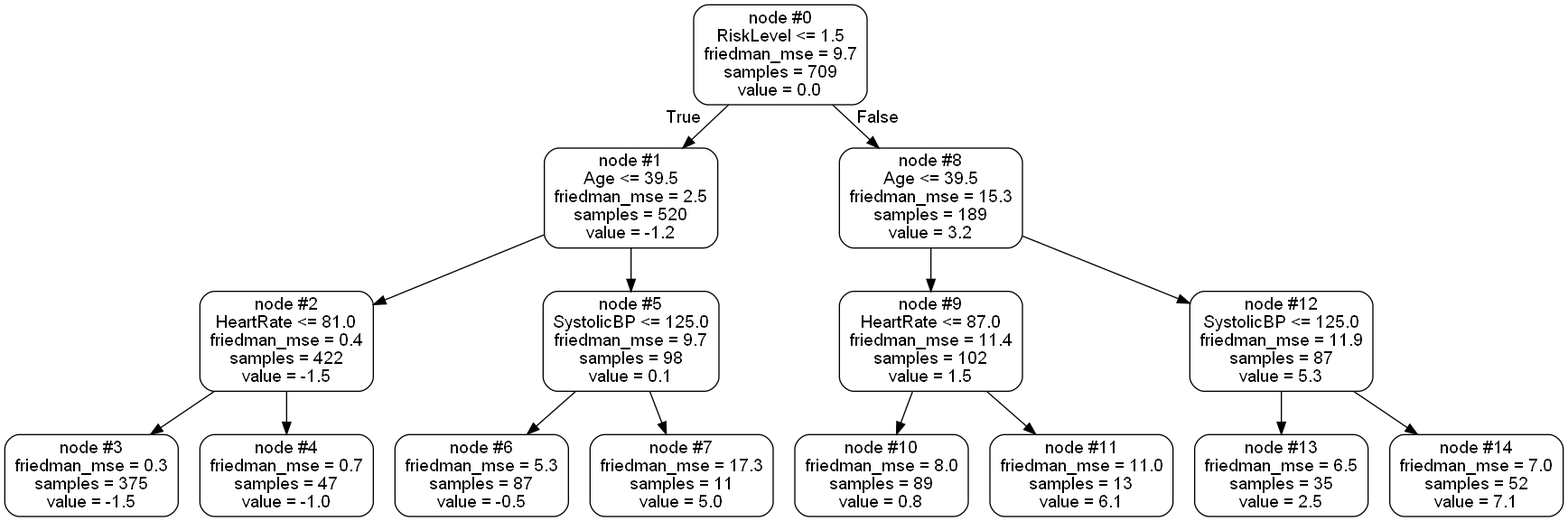
Above: pictures/small_tree.png in tangjikededela/ADSTP (Graphviz), before the change. Its source is kept beside it as pictures/small_tree.dot.
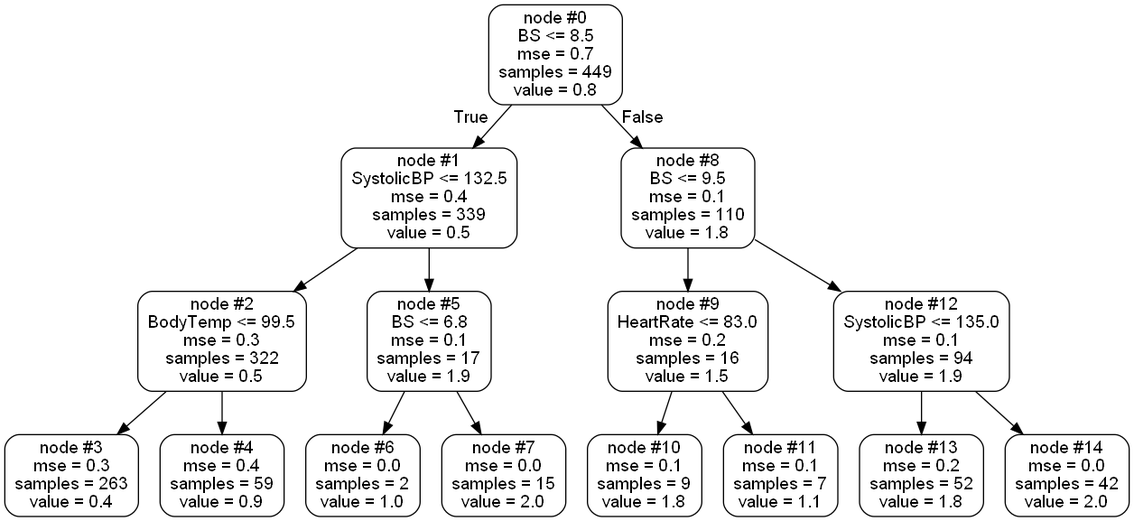
Later version of the same file.

The edit, as a diff of the source:
```diff
@@ -1,33 +1,33 @@
 digraph Tree {
 node [shape=box, style="rounded", color="black", fontname=helvetica] ;
 edge [fontname=helvetica] ;
-0 [label="node #0\nRiskLevel <= 1.5\nfriedman_mse = 9.7\nsamples = 709\nvalue = 0.0"] ;
-1 [label="node #1\nAge <= 39.5\nfriedman_mse = 2.5\nsamples = 520\nvalue = -1.2"] ;
+0 [label="node #0\nBS <= 8.5\nmse = 0.7\nsamples = 449\nvalue = 0.8"] ;
+1 [label="node #1\nSystolicBP <= 132.5\nmse = 0.4\nsamples = 339\nvalue = 0.5"] ;
 0 -> 1 [labeldistance=2.5, labelangle=45, headlabel="True"] ;
-2 [label="node #2\nHeartRate <= 81.0\nfriedman_mse = 0.4\nsamples = 422\nvalue = -1.5"] ;
+2 [label="node #2\nBodyTemp <= 99.5\nmse = 0.3\nsamples = 322\nvalue = 0.5"] ;
 1 -> 2 ;
-3 [label="node #3\nfriedman_mse = 0.3\nsamples = 375\nvalue = -1.5"] ;
+3 [label="node #3\nmse = 0.3\nsamples = 263\nvalue = 0.4"] ;
 2 -> 3 ;
-4 [label="node #4\nfriedman_mse = 0.7\nsamples = 47\nvalue = -1.0"] ;
+4 [label="node #4\nmse = 0.4\nsamples = 59\nvalue = 0.9"] ;
 2 -> 4 ;
-5 [label="node #5\nSystolicBP <= 125.0\nfriedman_mse = 9.7\nsamples = 98\nvalue = 0.1"] ;
+5 [label="node #5\nBS <= 6.8\nmse = 0.1\nsamples = 17\nvalue = 1.9"] ;
 1 -> 5 ;
-6 [label="node #6\nfriedman_mse = 5.3\nsamples = 87\nvalue = -0.5"] ;
+6 [label="node #6\nmse = 0.0\nsamples = 2\nvalue = 1.0"] ;
 5 -> 6 ;
-7 [label="node #7\nfriedman_mse = 17.3\nsamples = 11\nvalue = 5.0"] ;
+7 [label="node #7\nmse = 0.0\nsamples = 15\nvalue = 2.0"] ;
 5 -> 7 ;
-8 [label="node #8\nAge <= 39.5\nfriedman_mse = 15.3\nsamples = 189\nvalue = 3.2"] ;
+8 [label="node #8\nBS <= 9.5\nmse = 0.1\nsamples = 110\nvalue = 1.8"] ;
 0 -> 8 [labeldistance=2.5, labelangle=-45, headlabel="False"] ;
-9 [label="node #9\nHeartRate <= 87.0\nfriedman_mse = 11.4\nsamples = 102\nvalue = 1.5"] ;
+9 [label="node #9\nHeartRate <= 83.0\nmse = 0.2\nsamples = 16\nvalue = 1.5"] ;
 8 -> 9 ;
-10 [label="node #10\nfriedman_mse = 8.0\nsamples = 89\nvalue = 0.8"] ;
+10 [label="node #10\nmse = 0.1\nsamples = 9\nvalue = 1.8"] ;
 9 -> 10 ;
-11 [label="node #11\nfriedman_mse = 11.0\nsamples = 13\nvalue = 6.1"] ;
+11 [label="node #11\nmse = 0.1\nsamples = 7\nvalue = 1.1"] ;
 9 -> 11 ;
-12 [label="node #12\nSystolicBP <= 125.0\nfriedman_mse = 11.9\nsamples = 87\nvalue = 5.3"] ;
+12 [label="node #12\nSystolicBP <= 135.0\nmse = 0.1\nsamples = 94\nvalue = 1.9"] ;
 8 -> 12 ;
-13 [label="node #13\nfriedman_mse = 6.5\nsamples = 35\nvalue = 2.5"] ;
+13 [label="node #13\nmse = 0.2\nsamples = 52\nvalue = 1.8"] ;
 12 -> 13 ;
-14 [label="node #14\nfriedman_mse = 7.0\nsamples = 52\nvalue = 7.1"] ;
+14 [label="node #14\nmse = 0.0\nsamples = 42\nvalue = 2.0"] ;
 12 -> 14 ;
 }
```
